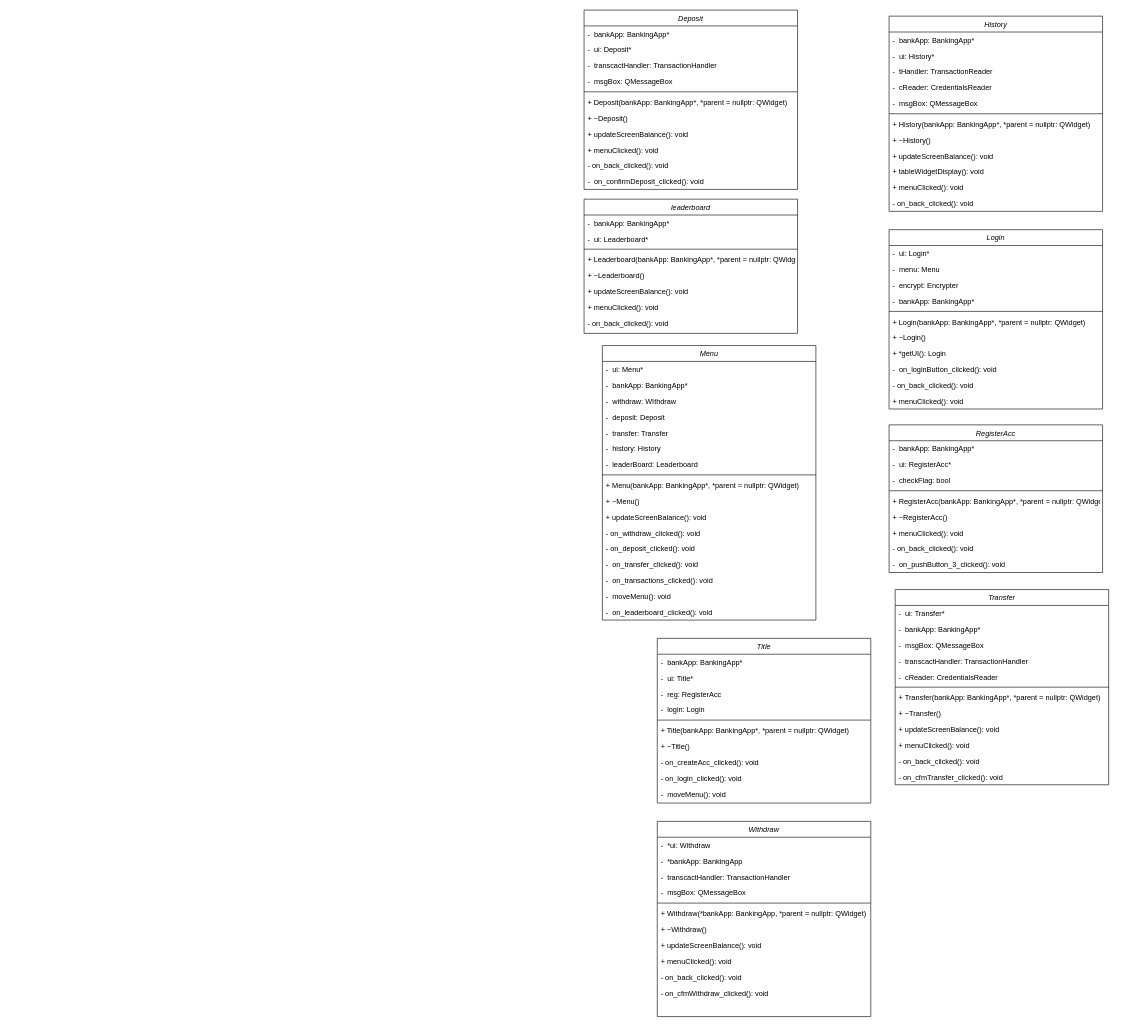
rawsashimi1604/1009_BankingSystem keeps this draw.io diagram as page "view" (2 of 5) of data/UML.drawio. Above is the earlier version. Source tidied: cells renumbered, new cells numbered last; positions are measured from the earlier drawing's top-left corner, leaving out a move shared by most shapes. Both pictures are drawn from the tidied source at 61%, with x=0, y=0 at pixel (584, 10).
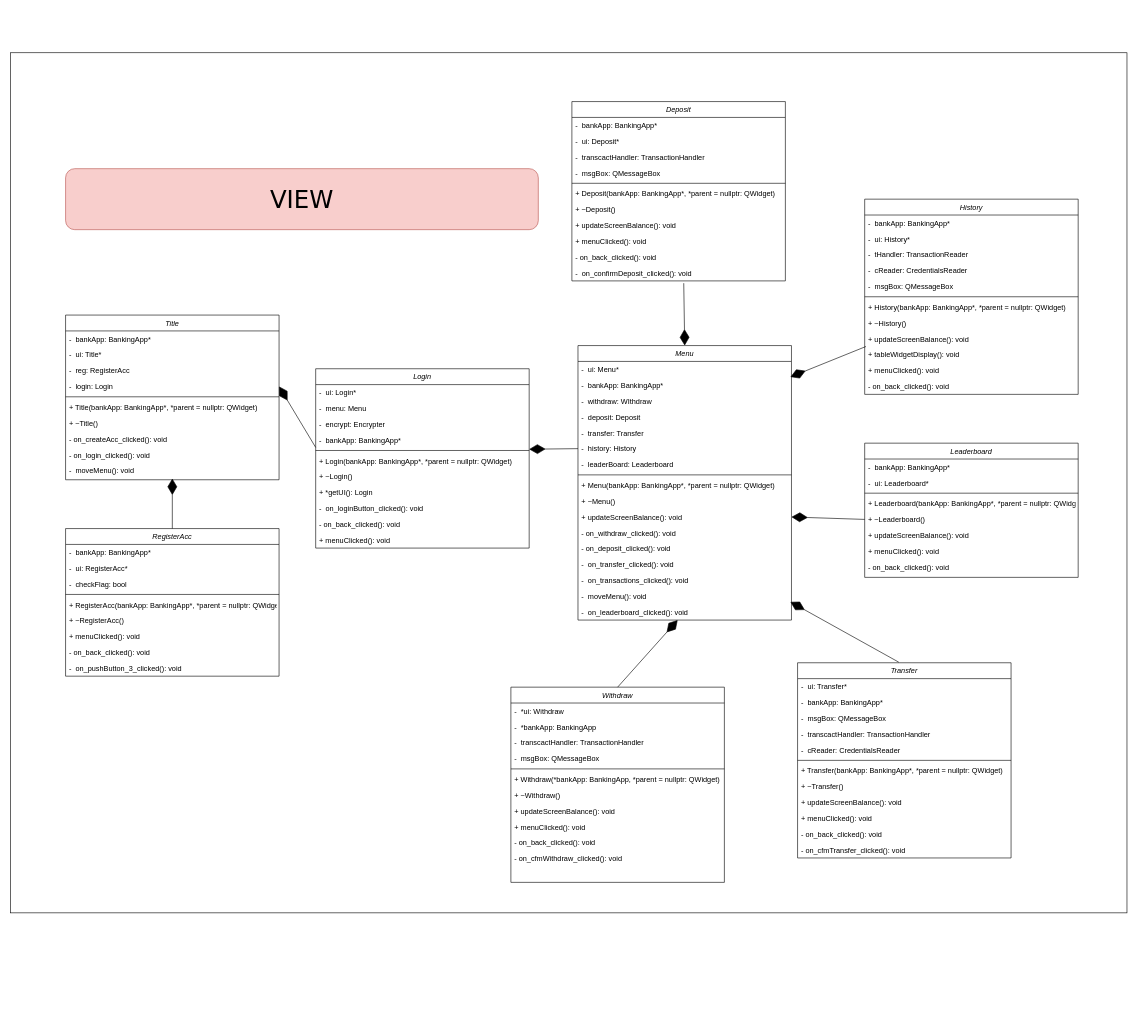
After the change.

The change refers to these unchanged cells:
```xml
<mxCell id="13" value="-  on_confirmDeposit_clicked(): void" style="text;align=left;verticalAlign=top;spacingLeft=4;spacingRight=4;overflow=hidden;points=[[0,0.5],[1,0.5]];portConstraint=eastwest;fontStyle=0;" parent="2" vertex="1">
  <mxGeometry y="268" width="350" height="26" as="geometry" />
</mxCell>
<mxCell id="24" value="+ tableWidgetDisplay(): void" style="text;align=left;verticalAlign=top;spacingLeft=4;spacingRight=4;overflow=hidden;points=[[0,0.5],[1,0.5]];portConstraint=eastwest;fontStyle=0;" parent="14" vertex="1">
  <mxGeometry y="242" width="350" height="26" as="geometry" />
</mxCell>
<mxCell id="32" value="+ ~Leaderboard()" style="text;align=left;verticalAlign=top;spacingLeft=4;spacingRight=4;overflow=hidden;points=[[0,0.5],[1,0.5]];portConstraint=eastwest;fontStyle=0;" parent="27" vertex="1">
  <mxGeometry y="112" width="350" height="26" as="geometry" />
</mxCell>
<mxCell id="41" style="line;html=1;strokeWidth=1;align=left;verticalAlign=middle;spacingTop=-1;spacingLeft=3;spacingRight=3;labelPosition=right;points=[];portConstraint=eastwest;" parent="36" vertex="1">
  <mxGeometry y="130" width="350" height="8" as="geometry" />
</mxCell>
<mxCell id="50" value="-  bankApp: BankingApp*" style="text;align=left;verticalAlign=top;spacingLeft=4;spacingRight=4;overflow=hidden;points=[[0,0.5],[1,0.5]];portConstraint=eastwest;fontStyle=0;" parent="48" vertex="1">
  <mxGeometry y="52" width="350" height="26" as="geometry" />
</mxCell>
<mxCell id="54" value="-  history: History" style="text;align=left;verticalAlign=top;spacingLeft=4;spacingRight=4;overflow=hidden;points=[[0,0.5],[1,0.5]];portConstraint=eastwest;fontStyle=0;" parent="48" vertex="1">
  <mxGeometry y="156" width="350" height="26" as="geometry" />
</mxCell>
<mxCell id="59" value="+ updateScreenBalance(): void" style="text;align=left;verticalAlign=top;spacingLeft=4;spacingRight=4;overflow=hidden;points=[[0,0.5],[1,0.5]];portConstraint=eastwest;fontStyle=0;" parent="48" vertex="1">
  <mxGeometry y="268" width="350" height="26" as="geometry" />
</mxCell>
<mxCell id="65" value="-  on_leaderboard_clicked(): void" style="text;align=left;verticalAlign=top;spacingLeft=4;spacingRight=4;overflow=hidden;points=[[0,0.5],[1,0.5]];portConstraint=eastwest;fontStyle=0;" parent="48" vertex="1">
  <mxGeometry y="424" width="350" height="26" as="geometry" />
</mxCell>
<mxCell id="80" value="-  login: Login" style="text;align=left;verticalAlign=top;spacingLeft=4;spacingRight=4;overflow=hidden;points=[[0,0.5],[1,0.5]];portConstraint=eastwest;fontStyle=0;" parent="76" vertex="1">
  <mxGeometry y="104" width="350" height="26" as="geometry" />
</mxCell>
<mxCell id="86" value="-  moveMenu(): void" style="text;align=left;verticalAlign=top;spacingLeft=4;spacingRight=4;overflow=hidden;points=[[0,0.5],[1,0.5]];portConstraint=eastwest;fontStyle=0;" parent="76" vertex="1">
  <mxGeometry y="242" width="350" height="26" as="geometry" />
</mxCell>
```

Change to the diagram source:
```diff
@@
+    <mxCell id="112" style="rounded=0;whiteSpace=wrap;html=1;fontFamily=Verdana;fontSize=40;" parent="1" vertex="1">
+      <mxGeometry x="-940" y="70" width="1830" height="1410" as="geometry" />
+    </mxCell>
+    <mxCell id="113" style="group;" parent="1" vertex="1">
+      <mxGeometry x="-850" y="150" width="1660" height="1280" as="geometry" />
+    </mxCell>
-    <mxCell id="2" value="Deposit" style="swimlane;fontStyle=2;align=center;verticalAlign=top;horizontal=1;startSize=26;rounded=0;shadow=0;strokeWidth=1;" parent="1" vertex="1">
-      <mxGeometry width="350" height="294" as="geometry" />
+    <mxCell id="2" value="Deposit" style="swimlane;fontStyle=2;align=center;verticalAlign=top;horizontal=1;startSize=26;rounded=0;shadow=0;strokeWidth=1;" parent="113" vertex="1">
+      <mxGeometry x="830" width="350" height="294" as="geometry" />
     </mxCell>
@@
-    <mxCell id="14" value="History" style="swimlane;fontStyle=2;align=center;verticalAlign=top;horizontal=1;startSize=26;rounded=0;shadow=0;strokeWidth=1;" parent="1" vertex="1">
-      <mxGeometry x="500" y="10" width="350" height="320" as="geometry" />
+    <mxCell id="14" value="History" style="swimlane;fontStyle=2;align=center;verticalAlign=top;horizontal=1;startSize=26;rounded=0;shadow=0;strokeWidth=1;" parent="113" vertex="1">
+      <mxGeometry x="1310" y="160" width="350" height="320" as="geometry" />
     </mxCell>
@@
-    <mxCell id="27" value="leaderboard" style="swimlane;fontStyle=2;align=center;verticalAlign=top;horizontal=1;startSize=26;rounded=0;shadow=0;strokeWidth=1;" parent="1" vertex="1">
-      <mxGeometry y="310" width="350" height="220" as="geometry" />
+    <mxCell id="27" value="Leaderboard" style="swimlane;fontStyle=2;align=center;verticalAlign=top;horizontal=1;startSize=26;rounded=0;shadow=0;strokeWidth=1;" parent="113" vertex="1">
+      <mxGeometry x="1310" y="560" width="350" height="220" as="geometry" />
     </mxCell>
@@
-    <mxCell id="36" value="Login" style="swimlane;fontStyle=2;align=center;verticalAlign=top;horizontal=1;startSize=26;rounded=0;shadow=0;strokeWidth=1;" parent="1" vertex="1">
-      <mxGeometry x="500" y="360" width="350" height="294" as="geometry" />
+    <mxCell id="36" value="Login" style="swimlane;fontStyle=2;align=center;verticalAlign=top;horizontal=1;startSize=26;rounded=0;shadow=0;strokeWidth=1;" parent="113" vertex="1">
+      <mxGeometry x="410" y="438" width="350" height="294" as="geometry" />
     </mxCell>
@@
-    <mxCell id="48" value="Menu" style="swimlane;fontStyle=2;align=center;verticalAlign=top;horizontal=1;startSize=26;rounded=0;shadow=0;strokeWidth=1;" parent="1" vertex="1">
-      <mxGeometry x="30" y="550" width="350" height="450" as="geometry" />
+    <mxCell id="48" value="Menu" style="swimlane;fontStyle=2;align=center;verticalAlign=top;horizontal=1;startSize=26;rounded=0;shadow=0;strokeWidth=1;" parent="113" vertex="1">
+      <mxGeometry x="840" y="400" width="350" height="450" as="geometry" />
     </mxCell>
@@
-    <mxCell id="66" value="RegisterAcc" style="swimlane;fontStyle=2;align=center;verticalAlign=top;horizontal=1;startSize=26;rounded=0;shadow=0;strokeWidth=1;" parent="1" vertex="1">
-      <mxGeometry x="500" y="680" width="350" height="242" as="geometry" />
+    <mxCell id="66" value="RegisterAcc" style="swimlane;fontStyle=2;align=center;verticalAlign=top;horizontal=1;startSize=26;rounded=0;shadow=0;strokeWidth=1;" parent="113" vertex="1">
+      <mxGeometry y="700" width="350" height="242" as="geometry" />
     </mxCell>
@@
-    <mxCell id="76" value="Title" style="swimlane;fontStyle=2;align=center;verticalAlign=top;horizontal=1;startSize=26;rounded=0;shadow=0;strokeWidth=1;" parent="1" vertex="1">
-      <mxGeometry x="120" y="1030" width="350" height="270" as="geometry" />
+    <mxCell id="76" value="Title" style="swimlane;fontStyle=2;align=center;verticalAlign=top;horizontal=1;startSize=26;rounded=0;shadow=0;strokeWidth=1;" parent="113" vertex="1">
+      <mxGeometry y="350" width="350" height="270" as="geometry" />
     </mxCell>
@@
-    <mxCell id="87" value="Transfer" style="swimlane;fontStyle=2;align=center;verticalAlign=top;horizontal=1;startSize=26;rounded=0;shadow=0;strokeWidth=1;" parent="1" vertex="1">
-      <mxGeometry x="510" y="950" width="350" height="320" as="geometry" />
+    <mxCell id="87" value="Transfer" style="swimlane;fontStyle=2;align=center;verticalAlign=top;horizontal=1;startSize=26;rounded=0;shadow=0;strokeWidth=1;" parent="113" vertex="1">
+      <mxGeometry x="1200" y="920" width="350" height="320" as="geometry" />
     </mxCell>
@@
-    <mxCell id="100" value="Withdraw" style="swimlane;fontStyle=2;align=center;verticalAlign=top;horizontal=1;startSize=26;rounded=0;shadow=0;strokeWidth=1;" parent="1" vertex="1">
-      <mxGeometry x="120" y="1330" width="350" height="320" as="geometry" />
+    <mxCell id="100" value="Withdraw" style="swimlane;fontStyle=2;align=center;verticalAlign=top;horizontal=1;startSize=26;rounded=0;shadow=0;strokeWidth=1;" parent="113" vertex="1">
+      <mxGeometry x="730" y="960" width="350" height="320" as="geometry" />
     </mxCell>
@@
+    <mxCell id="114" style="endArrow=diamondThin;endFill=1;endSize=24;html=1;rounded=0;fontFamily=Verdana;fontSize=40;exitX=0.5;exitY=0;exitDx=0;exitDy=0;" parent="113" edge="1" source="66" target="86">
+      <mxGeometry relative="1" as="geometry" />
+    </mxCell>
+    <mxCell id="115" style="endArrow=diamondThin;endFill=1;endSize=24;html=1;rounded=0;fontFamily=Verdana;fontSize=40;entryX=1;entryY=0.5;entryDx=0;entryDy=0;" parent="113" edge="1" target="80">
+      <mxGeometry relative="1" as="geometry">
+        <mxPoint x="410" y="567" as="sourcePoint" />
+      </mxGeometry>
+    </mxCell>
+    <mxCell id="116" style="endArrow=diamondThin;endFill=1;endSize=24;html=1;rounded=0;fontFamily=Verdana;fontSize=40;exitX=0;exitY=0.5;exitDx=0;exitDy=0;" parent="113" edge="1" source="54" target="41">
+      <mxGeometry relative="1" as="geometry" />
+    </mxCell>
+    <mxCell id="117" style="endArrow=diamondThin;endFill=1;endSize=24;html=1;rounded=0;fontFamily=Verdana;fontSize=40;exitX=0.5;exitY=0;exitDx=0;exitDy=0;" parent="113" edge="1" source="100" target="65">
+      <mxGeometry relative="1" as="geometry" />
+    </mxCell>
+    <mxCell id="118" style="endArrow=diamondThin;endFill=1;endSize=24;html=1;rounded=0;fontFamily=Verdana;fontSize=40;exitX=0.474;exitY=-0.003;exitDx=0;exitDy=0;entryX=0.995;entryY=-0.144;entryDx=0;entryDy=0;entryPerimeter=0;exitPerimeter=0;" parent="113" edge="1" source="87" target="65">
+      <mxGeometry relative="1" as="geometry" />
+    </mxCell>
+    <mxCell id="119" style="endArrow=diamondThin;endFill=1;endSize=24;html=1;rounded=0;fontFamily=Verdana;fontSize=40;exitX=0;exitY=0.5;exitDx=0;exitDy=0;entryX=1;entryY=0.5;entryDx=0;entryDy=0;" parent="113" edge="1" source="32" target="59">
+      <mxGeometry relative="1" as="geometry" />
+    </mxCell>
+    <mxCell id="120" style="endArrow=diamondThin;endFill=1;endSize=24;html=1;rounded=0;fontFamily=Verdana;fontSize=40;exitX=0.006;exitY=-0.019;exitDx=0;exitDy=0;entryX=0.995;entryY=-0.019;entryDx=0;entryDy=0;entryPerimeter=0;exitPerimeter=0;" parent="113" edge="1" source="24" target="50">
+      <mxGeometry relative="1" as="geometry" />
+    </mxCell>
+    <mxCell id="121" style="endArrow=diamondThin;endFill=1;endSize=24;html=1;rounded=0;fontFamily=Verdana;fontSize=40;exitX=0.524;exitY=1.144;exitDx=0;exitDy=0;entryX=0.5;entryY=0;entryDx=0;entryDy=0;exitPerimeter=0;" parent="113" edge="1" source="13" target="48">
+      <mxGeometry relative="1" as="geometry" />
+    </mxCell>
+    <mxCell id="122" value="&lt;font face=&quot;Verdana&quot; style=&quot;font-size: 40px&quot;&gt;VIEW&lt;/font&gt;" style="rounded=1;whiteSpace=wrap;html=1;fillColor=#f8cecc;strokeColor=#b85450;" parent="113" vertex="1">
+      <mxGeometry y="110" width="775" height="100" as="geometry" />
+    </mxCell>
```
